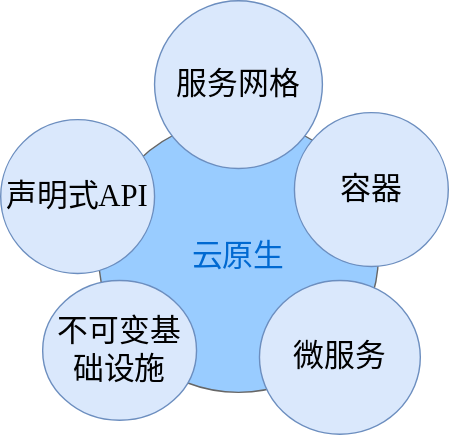
Above: test/未命名绘图.drawio.svg in YunZh1Jun/tmp (draw.io), before the change. Source tidied: cells renumbered, new cells last; positions are measured from the earlier drawing's top-left corner, leaving out a move shared by most shapes.
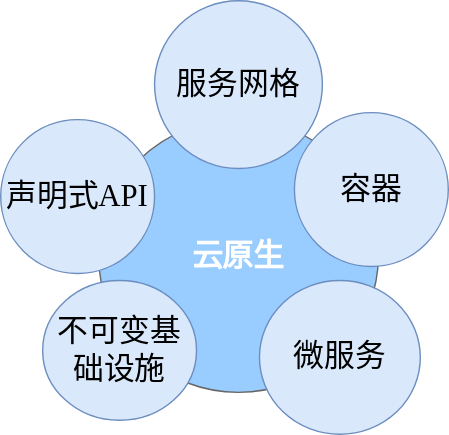
Later version of the same file.

Commit message:
更新未命名绘图.drawio.svg

Change to the diagram source:
```diff
@@ -2,7 +2,7 @@
   <root>
     <mxCell id="0" />
     <mxCell id="1" parent="0" />
-    <mxCell id="2" value="云原生" style="ellipse;whiteSpace=wrap;html=1;rounded=0;shadow=0;dashed=0;comic=0;fontFamily=Verdana;fontSize=22;fontColor=#0069D1;fillColor=#99CCFF;strokeColor=#666666;" parent="1" vertex="1">
+    <mxCell id="2" value="&lt;b&gt;&lt;font color=&quot;#ffffff&quot;&gt;云原生&lt;/font&gt;&lt;/b&gt;" style="ellipse;whiteSpace=wrap;html=1;rounded=0;shadow=0;dashed=0;comic=0;fontFamily=Verdana;fontSize=22;fontColor=#0069D1;fillColor=#99CCFF;strokeColor=#666666;" parent="1" vertex="1">
       <mxGeometry x="70" y="85" width="200" height="195" as="geometry" />
     </mxCell>
     <mxCell id="3" value="服务网格" style="ellipse;whiteSpace=wrap;html=1;rounded=0;shadow=0;dashed=0;comic=0;fontFamily=Verdana;fontSize=22;fillColor=#dae8fc;strokeColor=#6c8ebf;" parent="1" vertex="1">
```
